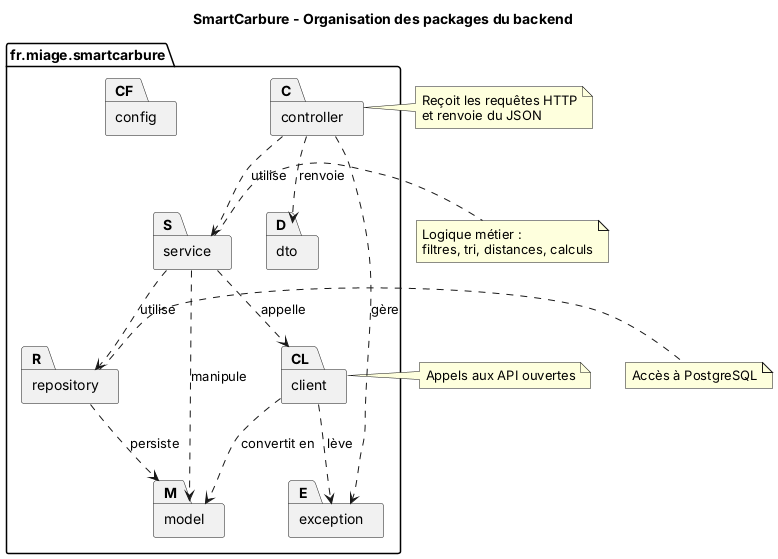
AdiyoFouad/SmartCarbure keeps this PlantUML diagram as docs/diagrammes/packages_backend.png. Above is the earlier version. Source of this version:
```plantuml
@startuml packages_backend
title SmartCarbure - Organisation des packages du backend
skinparam packageStyle folder

package "fr.miage.smartcarbure" {
  package "controller" as C
  package "service" as S
  package "client" as CL
  package "repository" as R
  package "model" as M
  package "dto" as D
  package "exception" as E
  package "config" as CF
}

C ..> S : utilise
C ..> D : renvoie
S ..> CL : appelle
S ..> R : utilise
S ..> M : manipule
CL ..> M : convertit en
R ..> M : persiste
C ..> E : gère
CL ..> E : lève

note right of C : Reçoit les requêtes HTTP\net renvoie du JSON
note right of S : Logique métier :\nfiltres, tri, distances, calculs
note right of CL : Appels aux API ouvertes
note right of R : Accès à PostgreSQL
@enduml
```
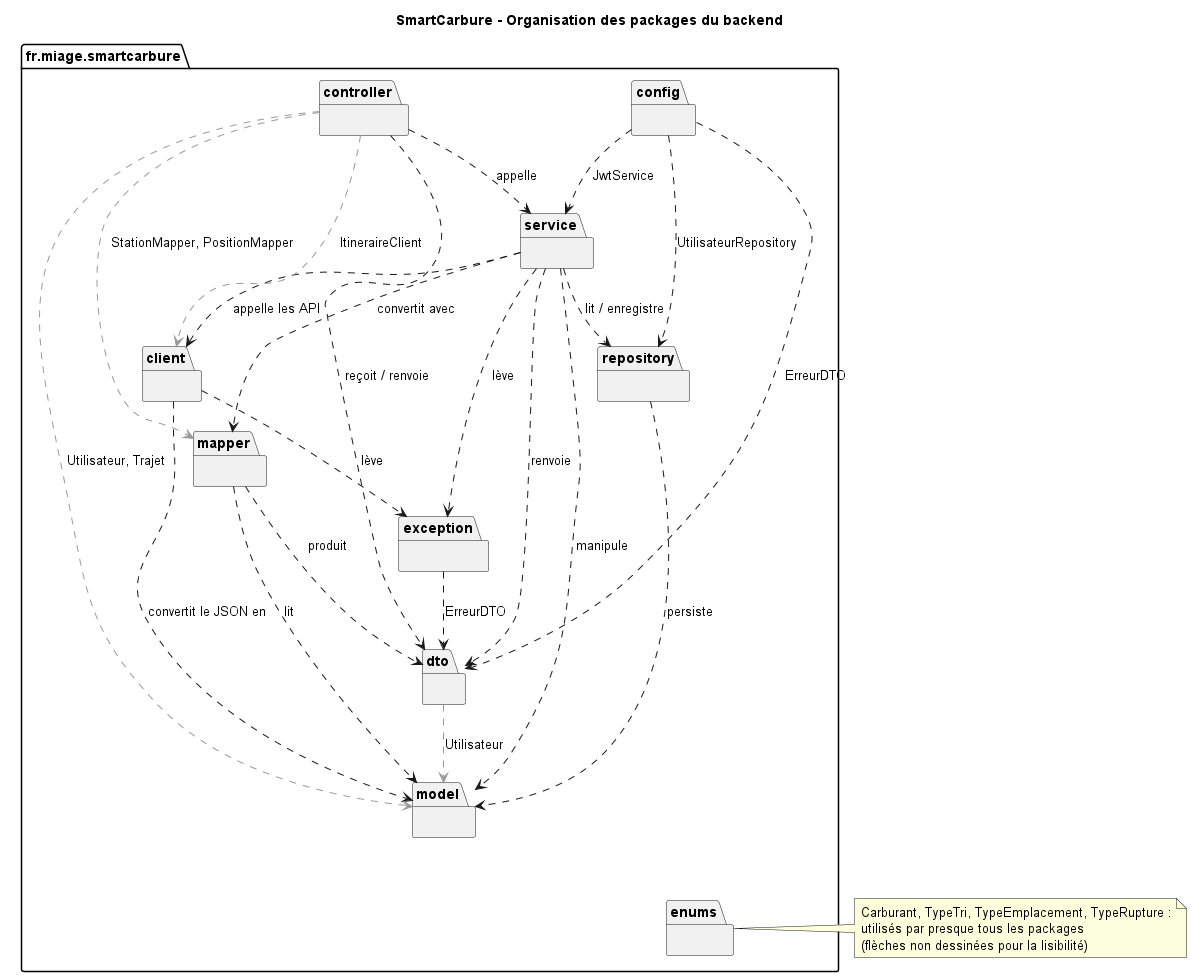
Later version of the same file.

Commit message:
C5 : diagramme des packages mis à jour avec le code de main (source PlantUML ajoutée)

The edit, as a diff of the source:
```diff
@@ -1,30 +1,63 @@
 @startuml packages_backend
+
 title SmartCarbure - Organisation des packages du backend
+
+set separator none
 skinparam packageStyle folder
 
 package "fr.miage.smartcarbure" {
-  package "controller" as C
-  package "service" as S
-  package "client" as CL
-  package "repository" as R
-  package "model" as M
-  package "dto" as D
-  package "exception" as E
-  package "config" as CF
+  package config {
+  }
+  package controller {
+  }
+  package service {
+  }
+  package client {
+  }
+  package repository {
+  }
+  package mapper {
+  }
+  package exception {
+  }
+  package dto {
+  }
+  package model {
+  }
+  package enums {
+  }
 }
 
-C ..> S : utilise
-C ..> D : renvoie
-S ..> CL : appelle
-S ..> R : utilise
-S ..> M : manipule
-CL ..> M : convertit en
-R ..> M : persiste
-C ..> E : gère
-CL ..> E : lève
+controller ..> service : appelle
+controller ..> dto : reçoit / renvoie
+service ..> client : appelle les API
+service ..> repository : lit / enregistre
+service ..> mapper : convertit avec
+service ..> model : manipule
+service ..> dto : renvoie
+service ..> exception : lève
+client ..> model : convertit le JSON en
+client ..> exception : lève
+repository ..> model : persiste
+mapper ..> model : lit
+mapper ..> dto : produit
+exception ..> dto : ErreurDTO
 
-note right of C : Reçoit les requêtes HTTP\net renvoie du JSON
-note right of S : Logique métier :\nfiltres, tri, distances, calculs
-note right of CL : Appels aux API ouvertes
-note right of R : Accès à PostgreSQL
+config ..> service : JwtService
+config ..> repository : UtilisateurRepository
+config ..> dto : ErreurDTO
+
+controller -[#999999,dashed]-> client : ItineraireClient
+controller -[#999999,dashed]-> mapper : StationMapper, PositionMapper
+controller -[#999999,dashed]-> model : Utilisateur, Trajet
+dto -[#999999,dashed]-> model : Utilisateur
+
+model -[hidden]-> enums
+
+note right of enums
+  Carburant, TypeTri, TypeEmplacement, TypeRupture :
+  utilisés par presque tous les packages
+  (flèches non dessinées pour la lisibilité)
+end note
+
 @enduml
```
